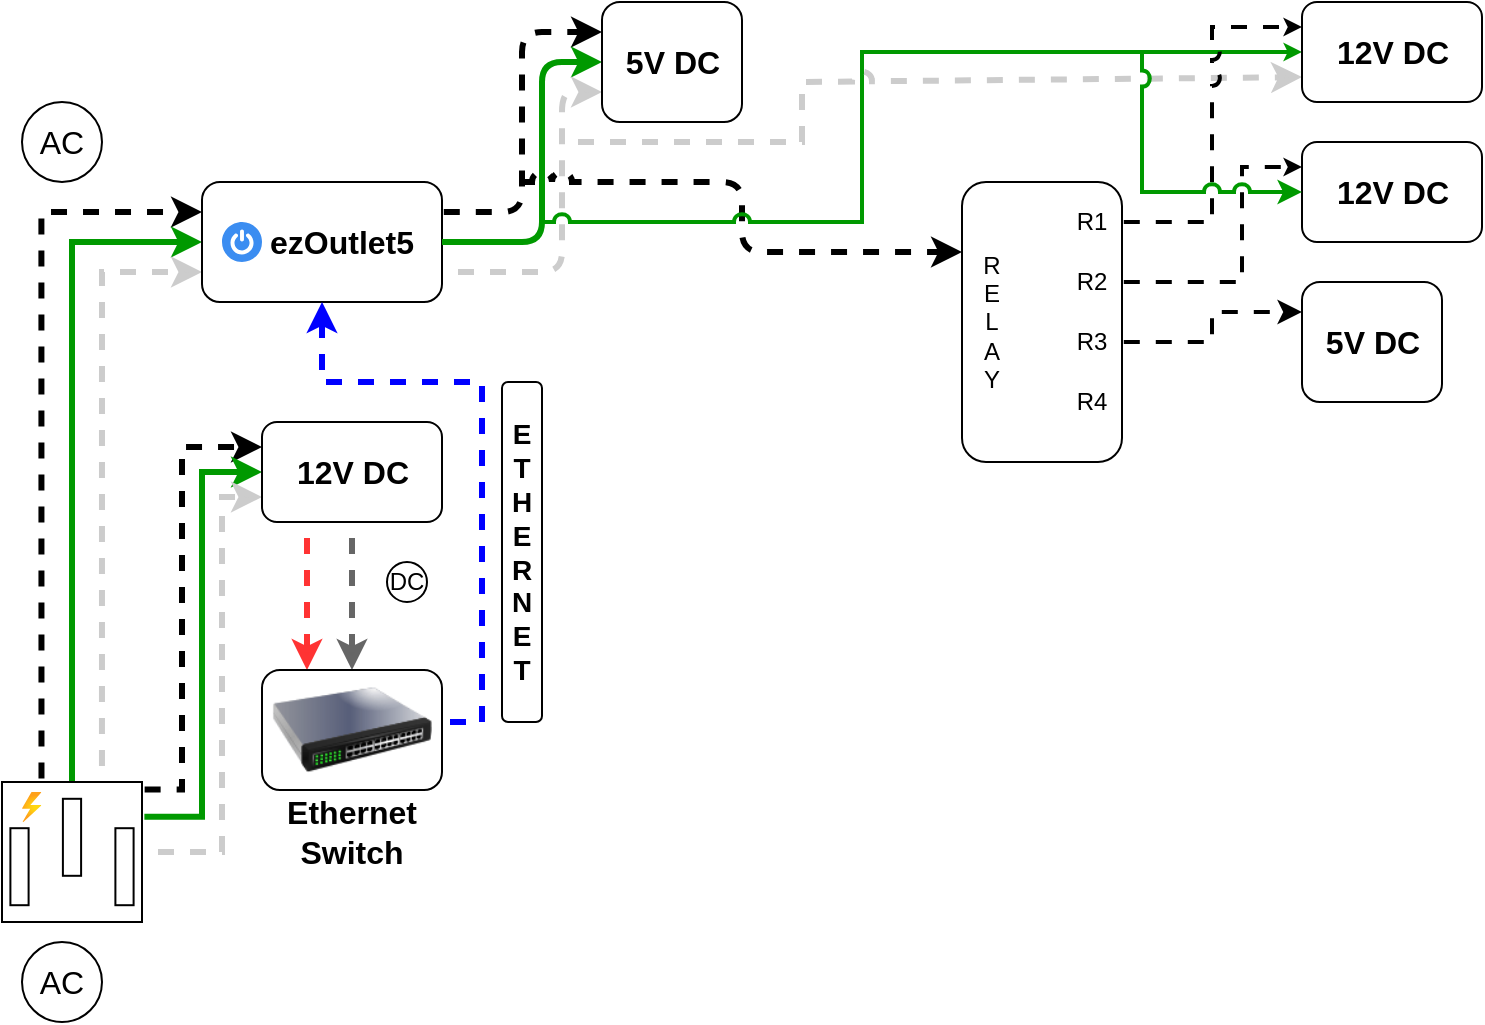
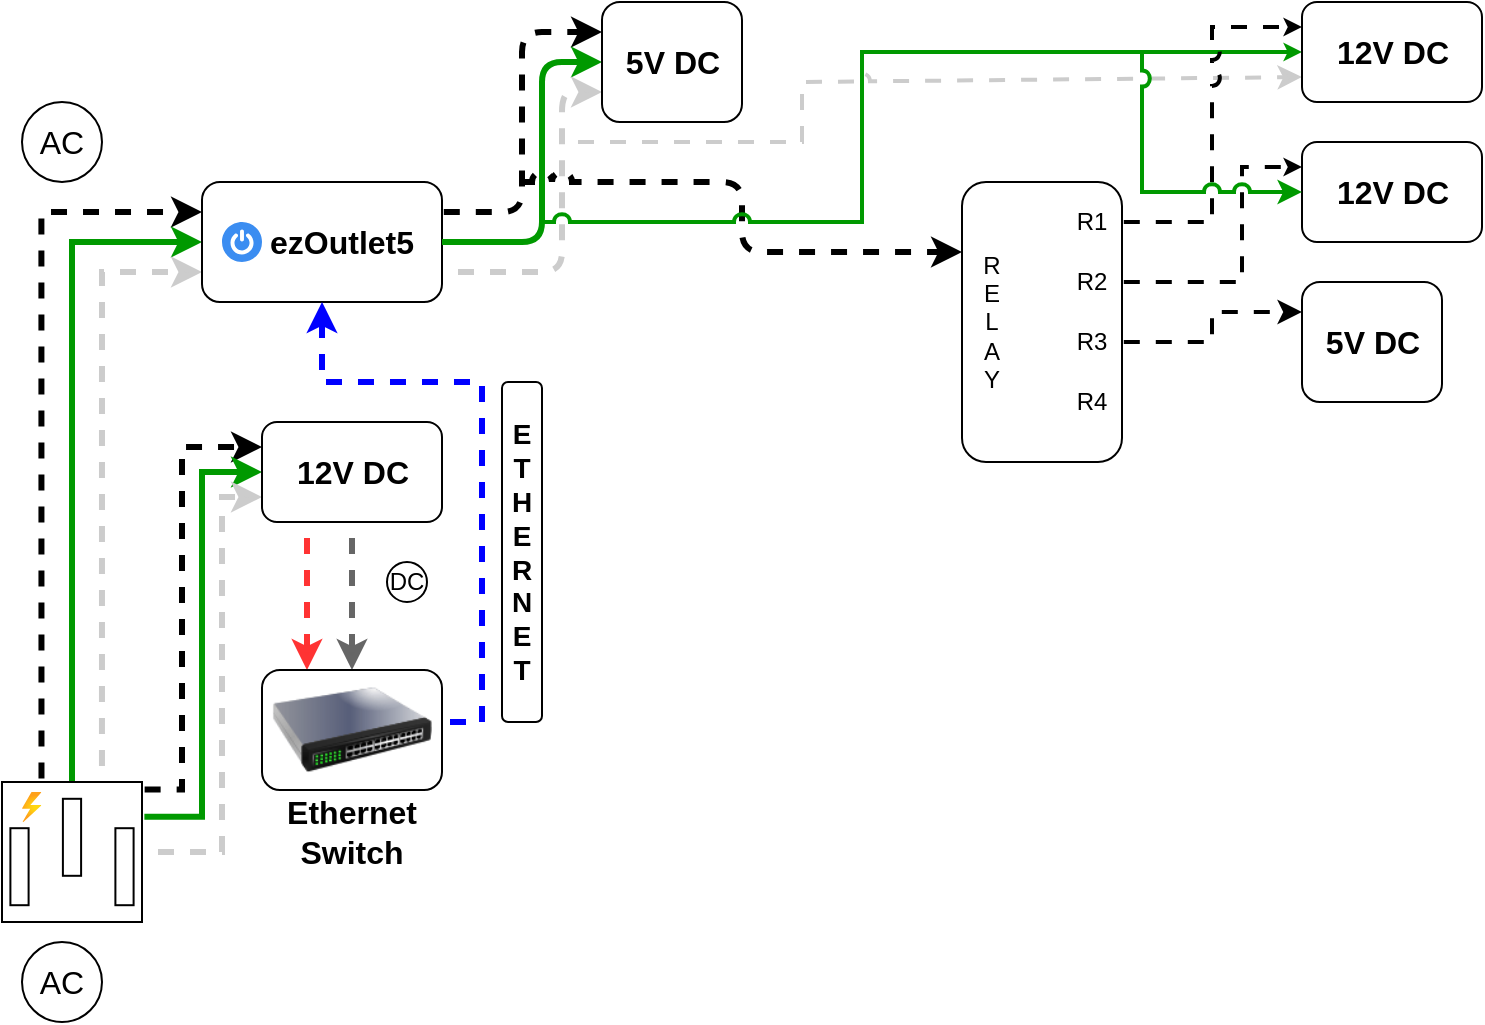
<mxfile host="app.diagrams.net" agent="Mozilla/5.0 (Windows NT 10.0; Win64; x64) AppleWebKit/537.36 (KHTML, like Gecko) Chrome/131.0.0.0 Safari/537.36 Edg/131.0.0.0" version="25.0.3">
  <diagram name="Page-1" id="VlRkN-xOVygPYa-iD9Ir">
    <mxGraphModel dx="500" dy="313" grid="1" gridSize="10" guides="1" tooltips="1" connect="1" arrows="1" fold="1" page="1" pageScale="1" pageWidth="1169" pageHeight="827" background="none" math="0" shadow="0">
      <root>
        <mxCell id="0" />
        <mxCell id="1" parent="0" />
        <mxCell id="JVLtuT8sySUBbFbLTn6r-3" style="edgeStyle=orthogonalEdgeStyle;rounded=0;orthogonalLoop=1;jettySize=auto;html=1;entryX=0;entryY=0.25;entryDx=0;entryDy=0;exitX=0.282;exitY=-0.013;exitDx=0;exitDy=0;exitPerimeter=0;strokeWidth=3;flowAnimation=1;flowAnimationDirection=alternate;flowAnimationTimingFunction=ease-in-out;flowAnimationDuration=1500;" edge="1" parent="1" source="pD8juBFKP1GN8B8eYQTb-1" target="pD8juBFKP1GN8B8eYQTb-3">
          <mxGeometry relative="1" as="geometry" />
        </mxCell>
        <mxCell id="JVLtuT8sySUBbFbLTn6r-4" style="edgeStyle=orthogonalEdgeStyle;rounded=0;orthogonalLoop=1;jettySize=auto;html=1;exitX=0.5;exitY=0;exitDx=0;exitDy=0;exitPerimeter=0;entryX=0;entryY=0.5;entryDx=0;entryDy=0;strokeColor=#009900;strokeWidth=3;" edge="1" parent="1" source="pD8juBFKP1GN8B8eYQTb-1" target="pD8juBFKP1GN8B8eYQTb-3">
          <mxGeometry relative="1" as="geometry" />
        </mxCell>
        <mxCell id="JVLtuT8sySUBbFbLTn6r-5" style="edgeStyle=orthogonalEdgeStyle;rounded=0;orthogonalLoop=1;jettySize=auto;html=1;entryX=0;entryY=0.75;entryDx=0;entryDy=0;exitX=0.714;exitY=0;exitDx=0;exitDy=0;exitPerimeter=0;strokeWidth=3;strokeColor=#CCCCCC;flowAnimation=1;flowAnimationDirection=alternate-reverse;flowAnimationTimingFunction=ease-in-out;" edge="1" parent="1" source="pD8juBFKP1GN8B8eYQTb-1" target="pD8juBFKP1GN8B8eYQTb-3">
          <mxGeometry relative="1" as="geometry">
            <mxPoint x="120" y="320" as="targetPoint" />
          </mxGeometry>
        </mxCell>
        <mxCell id="JVLtuT8sySUBbFbLTn6r-6" style="edgeStyle=orthogonalEdgeStyle;rounded=0;orthogonalLoop=1;jettySize=auto;html=1;entryX=0;entryY=0.25;entryDx=0;entryDy=0;exitX=1.006;exitY=0.054;exitDx=0;exitDy=0;exitPerimeter=0;strokeWidth=3;flowAnimation=1;flowAnimationDirection=alternate;flowAnimationTimingFunction=ease-in-out;flowAnimationDuration=1500;" edge="1" parent="1" source="pD8juBFKP1GN8B8eYQTb-1" target="pD8juBFKP1GN8B8eYQTb-24">
          <mxGeometry relative="1" as="geometry">
            <Array as="points">
              <mxPoint x="120" y="404" />
              <mxPoint x="120" y="233" />
            </Array>
          </mxGeometry>
        </mxCell>
        <mxCell id="JVLtuT8sySUBbFbLTn6r-7" style="edgeStyle=orthogonalEdgeStyle;rounded=0;orthogonalLoop=1;jettySize=auto;html=1;entryX=0;entryY=0.5;entryDx=0;entryDy=0;exitX=1.017;exitY=0.249;exitDx=0;exitDy=0;exitPerimeter=0;strokeWidth=3;strokeColor=#009900;" edge="1" parent="1" source="pD8juBFKP1GN8B8eYQTb-1" target="pD8juBFKP1GN8B8eYQTb-24">
          <mxGeometry relative="1" as="geometry" />
        </mxCell>
        <mxCell id="JVLtuT8sySUBbFbLTn6r-8" style="edgeStyle=orthogonalEdgeStyle;rounded=0;orthogonalLoop=1;jettySize=auto;html=1;entryX=0;entryY=0.75;entryDx=0;entryDy=0;strokeColor=#CCCCCC;strokeWidth=3;flowAnimation=1;flowAnimationDirection=alternate-reverse;flowAnimationTimingFunction=ease-in-out;" edge="1" parent="1" source="pD8juBFKP1GN8B8eYQTb-1" target="pD8juBFKP1GN8B8eYQTb-24">
          <mxGeometry relative="1" as="geometry">
            <Array as="points">
              <mxPoint x="140" y="435" />
              <mxPoint x="140" y="258" />
            </Array>
          </mxGeometry>
        </mxCell>
        <mxCell id="JVLtuT8sySUBbFbLTn6r-1" value="" style="group" vertex="1" connectable="0" parent="1">
          <mxGeometry x="30" y="480" width="60" height="40" as="geometry" />
        </mxCell>
        <mxCell id="pD8juBFKP1GN8B8eYQTb-22" value="AC" style="text;html=1;align=center;verticalAlign=middle;whiteSpace=wrap;rounded=0;fontSize=16;" parent="JVLtuT8sySUBbFbLTn6r-1" vertex="1">
          <mxGeometry y="5" width="60" height="30" as="geometry" />
        </mxCell>
        <mxCell id="pD8juBFKP1GN8B8eYQTb-23" value="" style="ellipse;whiteSpace=wrap;html=1;fillColor=none;" parent="JVLtuT8sySUBbFbLTn6r-1" vertex="1">
          <mxGeometry x="10" width="40" height="40" as="geometry" />
        </mxCell>
        <mxCell id="JVLtuT8sySUBbFbLTn6r-2" value="" style="group" vertex="1" connectable="0" parent="1">
          <mxGeometry x="30" y="60" width="60" height="40" as="geometry" />
        </mxCell>
        <mxCell id="pD8juBFKP1GN8B8eYQTb-9" value="" style="ellipse;whiteSpace=wrap;html=1;fillColor=none;" parent="JVLtuT8sySUBbFbLTn6r-2" vertex="1">
          <mxGeometry x="10" width="40" height="40" as="geometry" />
        </mxCell>
        <mxCell id="pD8juBFKP1GN8B8eYQTb-11" value="AC" style="text;html=1;align=center;verticalAlign=middle;whiteSpace=wrap;rounded=0;fontSize=16;" parent="JVLtuT8sySUBbFbLTn6r-2" vertex="1">
          <mxGeometry y="5" width="60" height="30" as="geometry" />
        </mxCell>
        <mxCell id="JVLtuT8sySUBbFbLTn6r-9" value="" style="group" vertex="1" connectable="0" parent="1">
          <mxGeometry x="130" y="100" width="120" height="60" as="geometry" />
        </mxCell>
        <mxCell id="JVLtuT8sySUBbFbLTn6r-16" value="" style="group" vertex="1" connectable="0" parent="JVLtuT8sySUBbFbLTn6r-9">
          <mxGeometry width="120" height="60" as="geometry" />
        </mxCell>
        <mxCell id="pD8juBFKP1GN8B8eYQTb-3" value="" style="rounded=1;whiteSpace=wrap;html=1;" parent="JVLtuT8sySUBbFbLTn6r-16" vertex="1">
          <mxGeometry width="120" height="60" as="geometry" />
        </mxCell>
        <mxCell id="JVLtuT8sySUBbFbLTn6r-13" value="" style="sketch=0;html=1;aspect=fixed;strokeColor=none;shadow=0;fillColor=#3B8DF1;verticalAlign=top;labelPosition=center;verticalLabelPosition=bottom;shape=mxgraph.gcp2.a7_power" vertex="1" parent="JVLtuT8sySUBbFbLTn6r-16">
          <mxGeometry x="10" y="20" width="20" height="20" as="geometry" />
        </mxCell>
        <mxCell id="pD8juBFKP1GN8B8eYQTb-15" value="&lt;b&gt;ezOutlet5&lt;/b&gt;" style="text;html=1;align=center;verticalAlign=middle;whiteSpace=wrap;rounded=0;fontSize=16;" parent="JVLtuT8sySUBbFbLTn6r-16" vertex="1">
          <mxGeometry x="40" y="10" width="60" height="40" as="geometry" />
        </mxCell>
        <mxCell id="JVLtuT8sySUBbFbLTn6r-11" value="" style="group" vertex="1" connectable="0" parent="1">
          <mxGeometry x="160" y="220" width="90" height="50" as="geometry" />
        </mxCell>
        <mxCell id="JVLtuT8sySUBbFbLTn6r-72" value="" style="group" vertex="1" connectable="0" parent="JVLtuT8sySUBbFbLTn6r-11">
          <mxGeometry width="90" height="50" as="geometry" />
        </mxCell>
        <mxCell id="pD8juBFKP1GN8B8eYQTb-24" value="" style="rounded=1;whiteSpace=wrap;html=1;" parent="JVLtuT8sySUBbFbLTn6r-72" vertex="1">
          <mxGeometry width="90" height="50" as="geometry" />
        </mxCell>
        <mxCell id="JVLtuT8sySUBbFbLTn6r-10" value="&lt;font style=&quot;font-size: 16px;&quot;&gt;&lt;b&gt;12V DC&lt;/b&gt;&lt;/font&gt;" style="text;html=1;align=center;verticalAlign=middle;whiteSpace=wrap;rounded=0;" vertex="1" parent="JVLtuT8sySUBbFbLTn6r-72">
          <mxGeometry x="15.75" y="10" width="58.5" height="30" as="geometry" />
        </mxCell>
        <mxCell id="JVLtuT8sySUBbFbLTn6r-18" value="" style="group" vertex="1" connectable="0" parent="1">
          <mxGeometry x="30" y="400" width="70" height="70" as="geometry" />
        </mxCell>
        <mxCell id="pD8juBFKP1GN8B8eYQTb-1" value="" style="pointerEvents=1;verticalLabelPosition=bottom;shadow=0;dashed=0;align=center;html=1;verticalAlign=top;shape=mxgraph.electrical.miscellaneous.ac_out" parent="JVLtuT8sySUBbFbLTn6r-18" vertex="1">
          <mxGeometry width="70" height="70" as="geometry" />
        </mxCell>
        <mxCell id="JVLtuT8sySUBbFbLTn6r-12" value="" style="image;aspect=fixed;html=1;points=[];align=center;fontSize=12;image=img/lib/azure2/general/Power.svg;" vertex="1" parent="JVLtuT8sySUBbFbLTn6r-18">
          <mxGeometry x="10" y="5" width="9.72" height="15" as="geometry" />
        </mxCell>
        <mxCell id="JVLtuT8sySUBbFbLTn6r-23" style="edgeStyle=orthogonalEdgeStyle;rounded=0;orthogonalLoop=1;jettySize=auto;html=1;entryX=0.25;entryY=0;entryDx=0;entryDy=0;exitX=0.25;exitY=1;exitDx=0;exitDy=0;strokeColor=#FF3333;strokeWidth=3;flowAnimation=1;" edge="1" parent="1" source="pD8juBFKP1GN8B8eYQTb-24" target="JVLtuT8sySUBbFbLTn6r-19">
          <mxGeometry relative="1" as="geometry" />
        </mxCell>
        <mxCell id="JVLtuT8sySUBbFbLTn6r-28" value="" style="group" vertex="1" connectable="0" parent="1">
          <mxGeometry x="220" y="290" width="25" height="20" as="geometry" />
        </mxCell>
        <mxCell id="JVLtuT8sySUBbFbLTn6r-26" value="" style="ellipse;whiteSpace=wrap;html=1;aspect=fixed;" vertex="1" parent="JVLtuT8sySUBbFbLTn6r-28">
          <mxGeometry x="2.5" width="20" height="20" as="geometry" />
        </mxCell>
        <mxCell id="JVLtuT8sySUBbFbLTn6r-27" value="&lt;font&gt;DC&lt;/font&gt;" style="text;html=1;align=center;verticalAlign=middle;whiteSpace=wrap;rounded=0;" vertex="1" parent="JVLtuT8sySUBbFbLTn6r-28">
          <mxGeometry y="2.5" width="25" height="15" as="geometry" />
        </mxCell>
        <mxCell id="JVLtuT8sySUBbFbLTn6r-29" style="edgeStyle=orthogonalEdgeStyle;rounded=0;orthogonalLoop=1;jettySize=auto;html=1;exitX=0.5;exitY=1;exitDx=0;exitDy=0;entryX=0.5;entryY=0;entryDx=0;entryDy=0;strokeWidth=3;flowAnimation=1;strokeColor=#666666;" edge="1" parent="1" source="pD8juBFKP1GN8B8eYQTb-24" target="JVLtuT8sySUBbFbLTn6r-19">
          <mxGeometry relative="1" as="geometry" />
        </mxCell>
        <mxCell id="JVLtuT8sySUBbFbLTn6r-30" style="edgeStyle=orthogonalEdgeStyle;rounded=0;orthogonalLoop=1;jettySize=auto;html=1;exitX=1;exitY=0.5;exitDx=0;exitDy=0;entryX=0.5;entryY=1;entryDx=0;entryDy=0;strokeColor=#0000FF;strokeWidth=3;flowAnimation=1;" edge="1" parent="1" source="JVLtuT8sySUBbFbLTn6r-19" target="pD8juBFKP1GN8B8eYQTb-3">
          <mxGeometry relative="1" as="geometry">
            <Array as="points">
              <mxPoint x="270" y="370" />
              <mxPoint x="270" y="200" />
              <mxPoint x="190" y="200" />
            </Array>
          </mxGeometry>
        </mxCell>
        <mxCell id="JVLtuT8sySUBbFbLTn6r-31" value="" style="rounded=1;whiteSpace=wrap;html=1;" vertex="1" parent="1">
          <mxGeometry x="280" y="200" width="20" height="170" as="geometry" />
        </mxCell>
        <mxCell id="JVLtuT8sySUBbFbLTn6r-32" value="&lt;b&gt;&lt;font style=&quot;font-size: 14px;&quot;&gt;E&lt;/font&gt;&lt;/b&gt;&lt;div&gt;&lt;b&gt;&lt;font style=&quot;font-size: 14px;&quot;&gt;T&lt;/font&gt;&lt;/b&gt;&lt;/div&gt;&lt;div&gt;&lt;b&gt;&lt;font style=&quot;font-size: 14px;&quot;&gt;H&lt;/font&gt;&lt;/b&gt;&lt;/div&gt;&lt;div&gt;&lt;b&gt;&lt;font style=&quot;font-size: 14px;&quot;&gt;E&lt;/font&gt;&lt;/b&gt;&lt;/div&gt;&lt;div&gt;&lt;b&gt;&lt;font style=&quot;font-size: 14px;&quot;&gt;R&lt;/font&gt;&lt;/b&gt;&lt;/div&gt;&lt;div&gt;&lt;b&gt;&lt;font style=&quot;font-size: 14px;&quot;&gt;N&lt;/font&gt;&lt;/b&gt;&lt;/div&gt;&lt;div&gt;&lt;b&gt;&lt;font style=&quot;font-size: 14px;&quot;&gt;E&lt;/font&gt;&lt;/b&gt;&lt;/div&gt;&lt;div&gt;&lt;b&gt;&lt;font style=&quot;font-size: 14px;&quot;&gt;T&lt;/font&gt;&lt;/b&gt;&lt;/div&gt;" style="text;html=1;align=center;verticalAlign=middle;whiteSpace=wrap;rounded=0;" vertex="1" parent="1">
          <mxGeometry x="275" y="180" width="30" height="210" as="geometry" />
        </mxCell>
        <mxCell id="JVLtuT8sySUBbFbLTn6r-33" value="" style="rounded=1;whiteSpace=wrap;html=1;" vertex="1" parent="1">
          <mxGeometry x="510" y="100" width="80" height="140" as="geometry" />
        </mxCell>
        <mxCell id="JVLtuT8sySUBbFbLTn6r-35" style="edgeStyle=orthogonalEdgeStyle;rounded=1;orthogonalLoop=1;jettySize=auto;html=1;exitX=1;exitY=0.25;exitDx=0;exitDy=0;entryX=0;entryY=0.25;entryDx=0;entryDy=0;curved=0;strokeWidth=3;flowAnimation=1;flowAnimationDirection=alternate;flowAnimationTimingFunction=ease-in-out;flowAnimationDuration=1500;" edge="1" parent="1" source="pD8juBFKP1GN8B8eYQTb-3" target="JVLtuT8sySUBbFbLTn6r-34">
          <mxGeometry relative="1" as="geometry" />
        </mxCell>
        <mxCell id="JVLtuT8sySUBbFbLTn6r-36" style="edgeStyle=orthogonalEdgeStyle;rounded=1;orthogonalLoop=1;jettySize=auto;html=1;exitX=1;exitY=0.5;exitDx=0;exitDy=0;entryX=0;entryY=0.5;entryDx=0;entryDy=0;curved=0;strokeWidth=3;strokeColor=#009900;" edge="1" parent="1" source="pD8juBFKP1GN8B8eYQTb-3" target="JVLtuT8sySUBbFbLTn6r-34">
          <mxGeometry relative="1" as="geometry">
            <Array as="points">
              <mxPoint x="300" y="130" />
              <mxPoint x="300" y="40" />
            </Array>
          </mxGeometry>
        </mxCell>
        <mxCell id="JVLtuT8sySUBbFbLTn6r-37" style="edgeStyle=orthogonalEdgeStyle;rounded=1;orthogonalLoop=1;jettySize=auto;html=1;exitX=1;exitY=0.75;exitDx=0;exitDy=0;entryX=0;entryY=0.75;entryDx=0;entryDy=0;curved=0;strokeColor=#CCCCCC;strokeWidth=3;flowAnimation=1;flowAnimationDirection=alternate-reverse;flowAnimationTimingFunction=ease-in-out;" edge="1" parent="1" source="pD8juBFKP1GN8B8eYQTb-3" target="JVLtuT8sySUBbFbLTn6r-34">
          <mxGeometry relative="1" as="geometry">
            <Array as="points">
              <mxPoint x="310" y="145" />
              <mxPoint x="310" y="55" />
            </Array>
          </mxGeometry>
        </mxCell>
        <mxCell id="JVLtuT8sySUBbFbLTn6r-40" value="" style="endArrow=classic;html=1;rounded=1;curved=0;entryX=0;entryY=0.25;entryDx=0;entryDy=0;jumpStyle=arc;strokeWidth=3;flowAnimation=1;flowAnimationDirection=alternate;flowAnimationTimingFunction=ease-in-out;flowAnimationDuration=1500;" edge="1" parent="1" target="JVLtuT8sySUBbFbLTn6r-33">
          <mxGeometry width="50" height="50" relative="1" as="geometry">
            <mxPoint x="290" y="100" as="sourcePoint" />
            <mxPoint x="410" y="170" as="targetPoint" />
            <Array as="points">
              <mxPoint x="400" y="100" />
              <mxPoint x="400" y="135" />
            </Array>
          </mxGeometry>
        </mxCell>
        <mxCell id="JVLtuT8sySUBbFbLTn6r-51" value="" style="group" vertex="1" connectable="0" parent="1">
          <mxGeometry x="160" y="344" width="90" height="96" as="geometry" />
        </mxCell>
        <mxCell id="JVLtuT8sySUBbFbLTn6r-21" value="" style="group" vertex="1" connectable="0" parent="JVLtuT8sySUBbFbLTn6r-51">
          <mxGeometry width="90" height="70" as="geometry" />
        </mxCell>
        <mxCell id="JVLtuT8sySUBbFbLTn6r-50" value="" style="group" vertex="1" connectable="0" parent="JVLtuT8sySUBbFbLTn6r-21">
          <mxGeometry width="90" height="70" as="geometry" />
        </mxCell>
        <mxCell id="JVLtuT8sySUBbFbLTn6r-19" value="" style="rounded=1;whiteSpace=wrap;html=1;" vertex="1" parent="JVLtuT8sySUBbFbLTn6r-50">
          <mxGeometry width="90" height="60" as="geometry" />
        </mxCell>
        <mxCell id="JVLtuT8sySUBbFbLTn6r-49" value="" style="image;html=1;image=img/lib/clip_art/networking/Switch_128x128.png" vertex="1" parent="JVLtuT8sySUBbFbLTn6r-50">
          <mxGeometry x="5" y="-10" width="80" height="80" as="geometry" />
        </mxCell>
        <mxCell id="JVLtuT8sySUBbFbLTn6r-20" value="&lt;b&gt;&lt;font style=&quot;font-size: 16px;&quot;&gt;Ethernet&lt;/font&gt;&lt;/b&gt;&lt;div&gt;&lt;b&gt;&lt;font style=&quot;font-size: 16px;&quot;&gt;Switch&lt;/font&gt;&lt;/b&gt;&lt;/div&gt;" style="text;html=1;align=center;verticalAlign=middle;whiteSpace=wrap;rounded=0;" vertex="1" parent="JVLtuT8sySUBbFbLTn6r-51">
          <mxGeometry x="15" y="66" width="60" height="30" as="geometry" />
        </mxCell>
        <mxCell id="JVLtuT8sySUBbFbLTn6r-53" value="" style="group" vertex="1" connectable="0" parent="1">
          <mxGeometry x="330" y="10" width="70" height="60" as="geometry" />
        </mxCell>
        <mxCell id="JVLtuT8sySUBbFbLTn6r-71" value="" style="group" vertex="1" connectable="0" parent="JVLtuT8sySUBbFbLTn6r-53">
          <mxGeometry width="70" height="60" as="geometry" />
        </mxCell>
        <mxCell id="JVLtuT8sySUBbFbLTn6r-34" value="" style="rounded=1;whiteSpace=wrap;html=1;" vertex="1" parent="JVLtuT8sySUBbFbLTn6r-71">
          <mxGeometry width="70" height="60" as="geometry" />
        </mxCell>
        <mxCell id="JVLtuT8sySUBbFbLTn6r-52" value="&lt;font style=&quot;font-size: 16px;&quot;&gt;&lt;b&gt;5&lt;/b&gt;&lt;/font&gt;&lt;b style=&quot;font-size: 16px; background-color: initial;&quot;&gt;V DC&lt;/b&gt;" style="text;html=1;align=center;verticalAlign=middle;whiteSpace=wrap;rounded=0;" vertex="1" parent="JVLtuT8sySUBbFbLTn6r-71">
          <mxGeometry x="5.75" y="15" width="58.5" height="30" as="geometry" />
        </mxCell>
        <mxCell id="JVLtuT8sySUBbFbLTn6r-54" value="" style="endArrow=classic;html=1;rounded=0;entryX=0;entryY=0.5;entryDx=0;entryDy=0;jumpStyle=arc;strokeColor=#009900;strokeWidth=2;endSize=3;" edge="1" parent="1" target="JVLtuT8sySUBbFbLTn6r-74">
          <mxGeometry width="50" height="50" relative="1" as="geometry">
            <mxPoint x="300" y="120" as="sourcePoint" />
            <mxPoint x="350" y="80" as="targetPoint" />
            <Array as="points">
              <mxPoint x="460" y="120" />
              <mxPoint x="460" y="35" />
            </Array>
          </mxGeometry>
        </mxCell>
-         <mxCell id="JVLtuT8sySUBbFbLTn6r-55" value="" style="endArrow=classic;html=1;rounded=0;entryX=0;entryY=0.75;entryDx=0;entryDy=0;strokeColor=#CCCCCC;strokeWidth=3;jumpStyle=arc;flowAnimation=1;flowAnimationDirection=alternate-reverse;flowAnimationTimingFunction=ease-in-out;" edge="1" parent="1" target="JVLtuT8sySUBbFbLTn6r-74">
+         <mxCell id="JVLtuT8sySUBbFbLTn6r-55" value="" style="endArrow=classic;html=1;rounded=0;entryX=0;entryY=0.75;entryDx=0;entryDy=0;strokeColor=#CCCCCC;strokeWidth=2;jumpStyle=arc;flowAnimation=1;flowAnimationDirection=alternate-reverse;flowAnimationTimingFunction=ease-in-out;" edge="1" parent="1" target="JVLtuT8sySUBbFbLTn6r-74">
          <mxGeometry width="50" height="50" relative="1" as="geometry">
            <mxPoint x="310" y="80" as="sourcePoint" />
            <mxPoint x="350" y="140" as="targetPoint" />
            <Array as="points">
              <mxPoint x="430" y="80" />
              <mxPoint x="430" y="50" />
              <mxPoint x="520" y="50" />
            </Array>
          </mxGeometry>
        </mxCell>
        <mxCell id="JVLtuT8sySUBbFbLTn6r-56" value="R&lt;div&gt;E&lt;/div&gt;&lt;div&gt;L&lt;/div&gt;&lt;div&gt;A&lt;/div&gt;&lt;div&gt;Y&lt;/div&gt;" style="text;html=1;align=center;verticalAlign=middle;whiteSpace=wrap;rounded=0;" vertex="1" parent="1">
          <mxGeometry x="510" y="135" width="30" height="70" as="geometry" />
        </mxCell>
        <mxCell id="JVLtuT8sySUBbFbLTn6r-79" style="edgeStyle=orthogonalEdgeStyle;rounded=0;orthogonalLoop=1;jettySize=auto;html=1;exitX=1;exitY=0.5;exitDx=0;exitDy=0;entryX=0;entryY=0.25;entryDx=0;entryDy=0;strokeWidth=2;flowAnimation=1;flowAnimationDirection=alternate;flowAnimationTimingFunction=ease-in-out;flowAnimationDuration=1500;jumpStyle=arc;endSize=3;" edge="1" parent="1" source="JVLtuT8sySUBbFbLTn6r-57" target="JVLtuT8sySUBbFbLTn6r-74">
          <mxGeometry relative="1" as="geometry" />
        </mxCell>
        <mxCell id="JVLtuT8sySUBbFbLTn6r-57" value="R1" style="text;html=1;align=center;verticalAlign=middle;whiteSpace=wrap;rounded=0;" vertex="1" parent="1">
          <mxGeometry x="560" y="105" width="30" height="30" as="geometry" />
        </mxCell>
        <mxCell id="JVLtuT8sySUBbFbLTn6r-80" style="edgeStyle=orthogonalEdgeStyle;rounded=0;orthogonalLoop=1;jettySize=auto;html=1;exitX=1;exitY=0.5;exitDx=0;exitDy=0;entryX=0;entryY=0.25;entryDx=0;entryDy=0;strokeWidth=2;flowAnimation=1;flowAnimationDirection=alternate;flowAnimationTimingFunction=ease-in-out;flowAnimationDuration=1500;endSize=3;" edge="1" parent="1" source="JVLtuT8sySUBbFbLTn6r-58" target="JVLtuT8sySUBbFbLTn6r-77">
          <mxGeometry relative="1" as="geometry">
            <Array as="points">
              <mxPoint x="650" y="150" />
              <mxPoint x="650" y="93" />
            </Array>
          </mxGeometry>
        </mxCell>
        <mxCell id="JVLtuT8sySUBbFbLTn6r-58" value="R2" style="text;html=1;align=center;verticalAlign=middle;whiteSpace=wrap;rounded=0;" vertex="1" parent="1">
          <mxGeometry x="560" y="135" width="30" height="30" as="geometry" />
        </mxCell>
        <mxCell id="JVLtuT8sySUBbFbLTn6r-81" style="edgeStyle=orthogonalEdgeStyle;rounded=0;orthogonalLoop=1;jettySize=auto;html=1;exitX=1;exitY=0.5;exitDx=0;exitDy=0;entryX=0;entryY=0.25;entryDx=0;entryDy=0;strokeWidth=2;flowAnimation=1;flowAnimationDirection=alternate;flowAnimationTimingFunction=ease-in-out;flowAnimationDuration=1500;" edge="1" parent="1" source="JVLtuT8sySUBbFbLTn6r-59" target="JVLtuT8sySUBbFbLTn6r-63">
          <mxGeometry relative="1" as="geometry" />
        </mxCell>
        <mxCell id="JVLtuT8sySUBbFbLTn6r-59" value="R3" style="text;html=1;align=center;verticalAlign=middle;whiteSpace=wrap;rounded=0;" vertex="1" parent="1">
          <mxGeometry x="560" y="165" width="30" height="30" as="geometry" />
        </mxCell>
        <mxCell id="JVLtuT8sySUBbFbLTn6r-60" value="R4" style="text;html=1;align=center;verticalAlign=middle;whiteSpace=wrap;rounded=0;" vertex="1" parent="1">
          <mxGeometry x="560" y="195" width="30" height="30" as="geometry" />
        </mxCell>
        <mxCell id="JVLtuT8sySUBbFbLTn6r-67" value="" style="group" vertex="1" connectable="0" parent="1">
          <mxGeometry x="680" y="150" width="70" height="60" as="geometry" />
        </mxCell>
        <mxCell id="JVLtuT8sySUBbFbLTn6r-63" value="" style="rounded=1;whiteSpace=wrap;html=1;" vertex="1" parent="JVLtuT8sySUBbFbLTn6r-67">
          <mxGeometry width="70" height="60" as="geometry" />
        </mxCell>
        <mxCell id="JVLtuT8sySUBbFbLTn6r-62" value="" style="group" vertex="1" connectable="0" parent="JVLtuT8sySUBbFbLTn6r-67">
          <mxGeometry width="70" height="60" as="geometry" />
        </mxCell>
        <mxCell id="JVLtuT8sySUBbFbLTn6r-64" value="&lt;font style=&quot;font-size: 16px;&quot;&gt;&lt;b&gt;5&lt;/b&gt;&lt;/font&gt;&lt;b style=&quot;font-size: 16px; background-color: initial;&quot;&gt;V DC&lt;/b&gt;" style="text;html=1;align=center;verticalAlign=middle;whiteSpace=wrap;rounded=0;" vertex="1" parent="JVLtuT8sySUBbFbLTn6r-62">
          <mxGeometry x="5.75" y="15" width="58.5" height="30" as="geometry" />
        </mxCell>
        <mxCell id="JVLtuT8sySUBbFbLTn6r-73" value="" style="group" vertex="1" connectable="0" parent="1">
          <mxGeometry x="680" y="10" width="90" height="50" as="geometry" />
        </mxCell>
        <mxCell id="JVLtuT8sySUBbFbLTn6r-74" value="" style="rounded=1;whiteSpace=wrap;html=1;" vertex="1" parent="JVLtuT8sySUBbFbLTn6r-73">
          <mxGeometry width="90" height="50" as="geometry" />
        </mxCell>
        <mxCell id="JVLtuT8sySUBbFbLTn6r-75" value="&lt;font style=&quot;font-size: 16px;&quot;&gt;&lt;b&gt;12V DC&lt;/b&gt;&lt;/font&gt;" style="text;html=1;align=center;verticalAlign=middle;whiteSpace=wrap;rounded=0;" vertex="1" parent="JVLtuT8sySUBbFbLTn6r-73">
          <mxGeometry x="15.75" y="10" width="58.5" height="30" as="geometry" />
        </mxCell>
        <mxCell id="JVLtuT8sySUBbFbLTn6r-76" value="" style="group" vertex="1" connectable="0" parent="1">
          <mxGeometry x="680" y="80" width="90" height="50" as="geometry" />
        </mxCell>
        <mxCell id="JVLtuT8sySUBbFbLTn6r-77" value="" style="rounded=1;whiteSpace=wrap;html=1;" vertex="1" parent="JVLtuT8sySUBbFbLTn6r-76">
          <mxGeometry width="90" height="50" as="geometry" />
        </mxCell>
        <mxCell id="JVLtuT8sySUBbFbLTn6r-78" value="&lt;font style=&quot;font-size: 16px;&quot;&gt;&lt;b&gt;12V DC&lt;/b&gt;&lt;/font&gt;" style="text;html=1;align=center;verticalAlign=middle;whiteSpace=wrap;rounded=0;" vertex="1" parent="JVLtuT8sySUBbFbLTn6r-76">
          <mxGeometry x="15.75" y="10" width="58.5" height="30" as="geometry" />
        </mxCell>
        <mxCell id="JVLtuT8sySUBbFbLTn6r-82" value="" style="endArrow=classic;html=1;rounded=0;entryX=0;entryY=0.5;entryDx=0;entryDy=0;jumpStyle=arc;strokeColor=#009900;strokeWidth=2;" edge="1" parent="1" target="JVLtuT8sySUBbFbLTn6r-77">
          <mxGeometry width="50" height="50" relative="1" as="geometry">
            <mxPoint x="600" y="35" as="sourcePoint" />
            <mxPoint x="660" y="105" as="targetPoint" />
            <Array as="points">
              <mxPoint x="600" y="105" />
            </Array>
          </mxGeometry>
        </mxCell>
      </root>
    </mxGraphModel>
  </diagram>
</mxfile>
